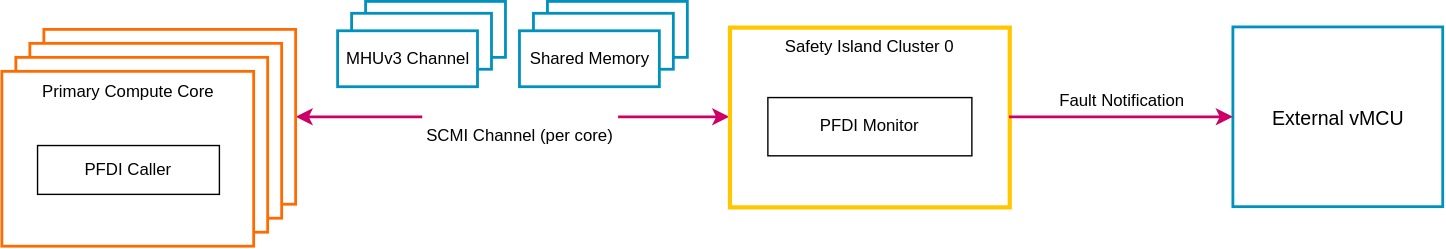
The draw.io diagram doc/phase1/mailbox/diagrams/00-system.drawio.svg in cometzero/project-apollo, before a commit. Source tidied: cells renumbered, new cells last; positions are measured from the earlier drawing's top-left corner, leaving out a move shared by most shapes.
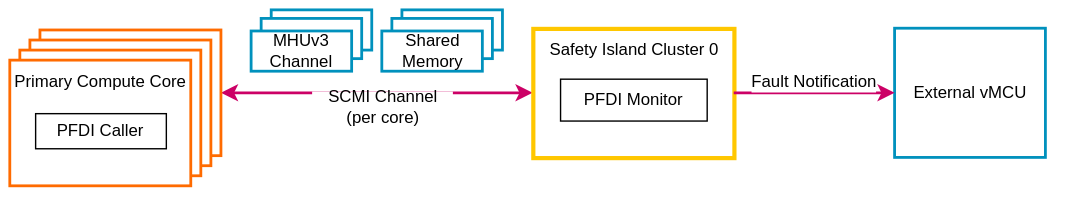
Above is the later version.

The edit, as a diff of the source:
```diff
@@ -2,60 +2,60 @@
   <root>
     <mxCell id="0" />
     <mxCell id="1" parent="0" />
-    <mxCell id="2" style="endArrow=classic;startArrow=classic;html=1;rounded=0;strokeWidth=2;strokeColor=#CC0066;entryX=0;entryY=0.5;entryDx=0;entryDy=0;exitX=1;exitY=0.5;exitDx=0;exitDy=0;" parent="1" edge="1" source="7" target="13">
+    <mxCell id="2" style="endArrow=classic;startArrow=classic;html=1;rounded=0;strokeWidth=2;strokeColor=#CC0066;entryX=0;entryY=0.5;entryDx=0;entryDy=0;exitX=1;exitY=0.5;exitDx=0;exitDy=0;fontSize=12;spacing=3;whiteSpace=nowrap;" parent="1" edge="1" source="7" target="13">
       <mxGeometry relative="1" as="geometry" />
     </mxCell>
-    <mxCell id="3" style="rounded=0;whiteSpace=wrap;html=1;strokeColor=#0091BD;fillColor=#FFFFFF;strokeWidth=2;" parent="1" vertex="1">
-      <mxGeometry x="260" width="100" height="40" as="geometry" />
+    <mxCell id="3" style="rounded=0;whiteSpace=wrap;html=1;strokeColor=#0091BD;fillColor=#FFFFFF;strokeWidth=2;fontSize=12;spacing=3;whiteSpace=wrap;" parent="1" vertex="1">
+      <mxGeometry x="398.8" y="-33" width="71.8" height="28.7" as="geometry" />
     </mxCell>
-    <mxCell id="4" style="rounded=0;whiteSpace=wrap;html=1;strokeColor=#0091BD;fillColor=#FFFFFF;strokeWidth=2;" parent="1" vertex="1">
-      <mxGeometry x="250" y="8.5" width="100" height="40" as="geometry" />
+    <mxCell id="4" style="rounded=0;whiteSpace=wrap;html=1;strokeColor=#0091BD;fillColor=#FFFFFF;strokeWidth=2;fontSize=12;spacing=3;whiteSpace=wrap;" parent="1" vertex="1">
+      <mxGeometry x="391.6" y="-26.9" width="71.8" height="28.7" as="geometry" />
     </mxCell>
-    <mxCell id="5" style="rounded=0;whiteSpace=wrap;html=1;strokeColor=#0091BD;fillColor=#FFFFFF;strokeWidth=2;" parent="1" vertex="1">
-      <mxGeometry x="390" width="100" height="40" as="geometry" />
+    <mxCell id="5" style="rounded=0;whiteSpace=wrap;html=1;strokeColor=#0091BD;fillColor=#FFFFFF;strokeWidth=2;fontSize=12;spacing=3;whiteSpace=wrap;" parent="1" vertex="1">
+      <mxGeometry x="492.2" y="-33" width="71.8" height="28.7" as="geometry" />
     </mxCell>
-    <mxCell id="6" style="rounded=0;whiteSpace=wrap;html=1;strokeColor=#0091BD;fillColor=#FFFFFF;strokeWidth=2;" parent="1" vertex="1">
-      <mxGeometry x="380" y="8.5" width="100" height="40" as="geometry" />
+    <mxCell id="6" style="rounded=0;whiteSpace=wrap;html=1;strokeColor=#0091BD;fillColor=#FFFFFF;strokeWidth=2;fontSize=12;spacing=3;whiteSpace=wrap;" parent="1" vertex="1">
+      <mxGeometry x="485" y="-26.9" width="71.8" height="28.7" as="geometry" />
     </mxCell>
-    <mxCell id="7" style="rounded=0;whiteSpace=wrap;html=1;strokeWidth=2;strokeColor=#FF6B00;fillColor=#FFFFFF;" parent="1" vertex="1">
-      <mxGeometry x="30" y="20" width="180" height="125" as="geometry" />
+    <mxCell id="7" style="rounded=0;whiteSpace=wrap;html=1;strokeWidth=2;strokeColor=#FF6B00;fillColor=#FFFFFF;fontSize=12;spacing=3;whiteSpace=wrap;" parent="1" vertex="1">
+      <mxGeometry x="233.6" y="-18.7" width="129.3" height="89.8" as="geometry" />
     </mxCell>
-    <mxCell id="8" style="rounded=0;whiteSpace=wrap;html=1;strokeWidth=2;strokeColor=#FF6B00;fillColor=#FFFFFF;" parent="1" vertex="1">
-      <mxGeometry x="20" y="30" width="180" height="125" as="geometry" />
+    <mxCell id="8" style="rounded=0;whiteSpace=wrap;html=1;strokeWidth=2;strokeColor=#FF6B00;fillColor=#FFFFFF;fontSize=12;spacing=3;whiteSpace=wrap;" parent="1" vertex="1">
+      <mxGeometry x="226.4" y="-11.5" width="129.3" height="89.8" as="geometry" />
     </mxCell>
-    <mxCell id="9" value="Shared Memory" style="rounded=0;whiteSpace=wrap;html=1;strokeColor=#0091BD;fillColor=#FFFFFF;strokeWidth=2;" parent="1" vertex="1">
-      <mxGeometry x="370" y="21" width="100" height="40" as="geometry" />
+    <mxCell id="9" value="Shared Memory" style="rounded=0;whiteSpace=wrap;html=1;strokeColor=#0091BD;fillColor=#FFFFFF;strokeWidth=2;fontSize=12;spacing=3;whiteSpace=wrap;" parent="1" vertex="1">
+      <mxGeometry x="477.8" y="-18" width="71.8" height="28.7" as="geometry" />
     </mxCell>
-    <mxCell id="10" value="MHUv3 Channel" style="rounded=0;whiteSpace=wrap;html=1;strokeColor=#0091BD;fillColor=#FFFFFF;strokeWidth=2;" parent="1" vertex="1">
-      <mxGeometry x="240" y="21" width="100" height="40" as="geometry" />
+    <mxCell id="10" value="MHUv3 Channel" style="rounded=0;whiteSpace=wrap;html=1;strokeColor=#0091BD;fillColor=#FFFFFF;strokeWidth=2;fontSize=12;spacing=3;whiteSpace=wrap;" parent="1" vertex="1">
+      <mxGeometry x="384.4" y="-18" width="71.8" height="28.7" as="geometry" />
     </mxCell>
-    <mxCell id="11" style="rounded=0;whiteSpace=wrap;html=1;strokeWidth=2;strokeColor=#FF6B00;fillColor=#FFFFFF;" parent="1" vertex="1">
-      <mxGeometry x="10" y="40" width="180" height="125" as="geometry" />
+    <mxCell id="11" style="rounded=0;whiteSpace=wrap;html=1;strokeWidth=2;strokeColor=#FF6B00;fillColor=#FFFFFF;fontSize=12;spacing=3;whiteSpace=wrap;" parent="1" vertex="1">
+      <mxGeometry x="219.2" y="-4.3" width="129.3" height="89.8" as="geometry" />
     </mxCell>
-    <mxCell id="12" style="group;" parent="1" vertex="1">
-      <mxGeometry x="520" y="18.2" width="200" height="128.5" as="geometry" />
+    <mxCell id="12" style="group;fontSize=12;spacing=3;whiteSpace=wrap;" parent="1" vertex="1">
+      <mxGeometry x="585.6" y="-19.9" width="143.7" height="92.3" as="geometry" />
     </mxCell>
-    <mxCell id="13" value="Safety Island Cluster 0" style="rounded=0;whiteSpace=wrap;html=1;verticalAlign=top;fillColor=none;strokeColor=#FFC700;strokeWidth=3;" parent="12" vertex="1">
-      <mxGeometry width="200" height="128.5" as="geometry" />
+    <mxCell id="13" value="Safety Island Cluster 0" style="rounded=0;whiteSpace=wrap;html=1;verticalAlign=top;fillColor=none;strokeColor=#FFC700;strokeWidth=3;fontSize=12;spacing=3;whiteSpace=wrap;" parent="12" vertex="1">
+      <mxGeometry width="143.7" height="92.3" as="geometry" />
     </mxCell>
-    <mxCell id="14" value="&lt;div style=&quot;&quot;&gt;&lt;span style=&quot;background-color: initial;&quot;&gt;PFDI Monitor&lt;/span&gt;&lt;/div&gt;" style="rounded=0;whiteSpace=wrap;html=1;align=center;verticalAlign=middle;fillColor=none;" parent="12" vertex="1">
-      <mxGeometry x="27.1" y="50" width="145.8" height="41.6" as="geometry" />
+    <mxCell id="14" value="PFDI Monitor" style="rounded=0;whiteSpace=wrap;html=1;align=center;verticalAlign=middle;fillColor=none;fontSize=12;spacing=3;whiteSpace=wrap;" parent="12" vertex="1">
+      <mxGeometry x="19.5" y="35.9" width="104.8" height="29.9" as="geometry" />
     </mxCell>
-    <mxCell id="15" value="Primary Compute Core" style="rounded=0;whiteSpace=wrap;html=1;strokeWidth=2;strokeColor=#FF6B00;align=center;verticalAlign=top;fillColor=#FFFFFF;" parent="1" vertex="1">
-      <mxGeometry y="50" width="180" height="125" as="geometry" />
+    <mxCell id="15" value="Primary Compute Core" style="rounded=0;whiteSpace=wrap;html=1;strokeWidth=2;strokeColor=#FF6B00;align=center;verticalAlign=top;fillColor=#FFFFFF;fontSize=12;spacing=3;whiteSpace=wrap;" parent="1" vertex="1">
+      <mxGeometry x="212" y="2.9" width="129.3" height="89.8" as="geometry" />
     </mxCell>
-    <mxCell id="16" value="&lt;div style=&quot;&quot;&gt;&lt;span style=&quot;background-color: initial;&quot;&gt;PFDI Caller&lt;/span&gt;&lt;/div&gt;" style="rounded=0;whiteSpace=wrap;html=1;align=center;verticalAlign=middle;fillColor=none;" parent="1" vertex="1">
-      <mxGeometry x="25" y="102.5" width="130" height="34.9" as="geometry" />
+    <mxCell id="16" value="PFDI Caller" style="rounded=0;whiteSpace=wrap;html=1;align=center;verticalAlign=middle;fillColor=none;fontSize=12;spacing=3;whiteSpace=wrap;" parent="1" vertex="1">
+      <mxGeometry x="230" y="40.6" width="93.4" height="25.1" as="geometry" />
     </mxCell>
-    <mxCell id="17" value="SCMI Channel (per core)" style="text;html=1;align=center;verticalAlign=middle;whiteSpace=wrap;rounded=0;fillColor=#FFFFFF;" parent="1" vertex="1">
-      <mxGeometry x="300" y="80.5" width="140" height="30" as="geometry" />
+    <mxCell id="17" value="SCMI Channel (per core)" style="text;html=1;align=center;verticalAlign=middle;whiteSpace=wrap;rounded=0;fillColor=#FFFFFF;fontSize=12;spacing=3;whiteSpace=wrap;" parent="1" vertex="1">
+      <mxGeometry x="427.5" y="24.8" width="100.6" height="21.6" as="geometry" />
     </mxCell>
-    <mxCell id="18" value="External vMCU" style="rounded=0;whiteSpace=wrap;html=1;fillColor=#FFFFFF;strokeColor=#0091BD;strokeWidth=2;fontSize=14;" parent="1" vertex="1">
-      <mxGeometry x="880" y="18.2" width="150" height="128.5" as="geometry" />
+    <mxCell id="18" value="External vMCU" style="rounded=0;whiteSpace=wrap;html=1;fillColor=#FFFFFF;strokeColor=#0091BD;strokeWidth=2;fontSize=12;spacing=3;whiteSpace=wrap;" parent="1" vertex="1">
+      <mxGeometry x="844.2" y="-19.9" width="107.8" height="92.3" as="geometry" />
     </mxCell>
-    <mxCell id="19" value="Fault Notification" style="endArrow=classic;html=1;rounded=0;strokeWidth=2;strokeColor=#CC0066;exitX=1;exitY=0.5;entryX=0;entryY=0.5;labelBackgroundColor=#FFFFFF;fontSize=12;" parent="1" edge="1" source="13" target="18">
+    <mxCell id="19" value="Fault Notification" style="endArrow=classic;html=1;rounded=0;strokeWidth=2;strokeColor=#CC0066;exitX=1;exitY=0.5;entryX=0;entryY=0.5;labelBackgroundColor=#FFFFFF;fontSize=12;spacing=3;whiteSpace=nowrap;" parent="1" edge="1" source="13" target="18">
       <mxGeometry relative="1" as="geometry">
-        <mxPoint y="-12" as="offset" />
+        <mxPoint y="-8.6" as="offset" />
       </mxGeometry>
     </mxCell>
   </root>
```
